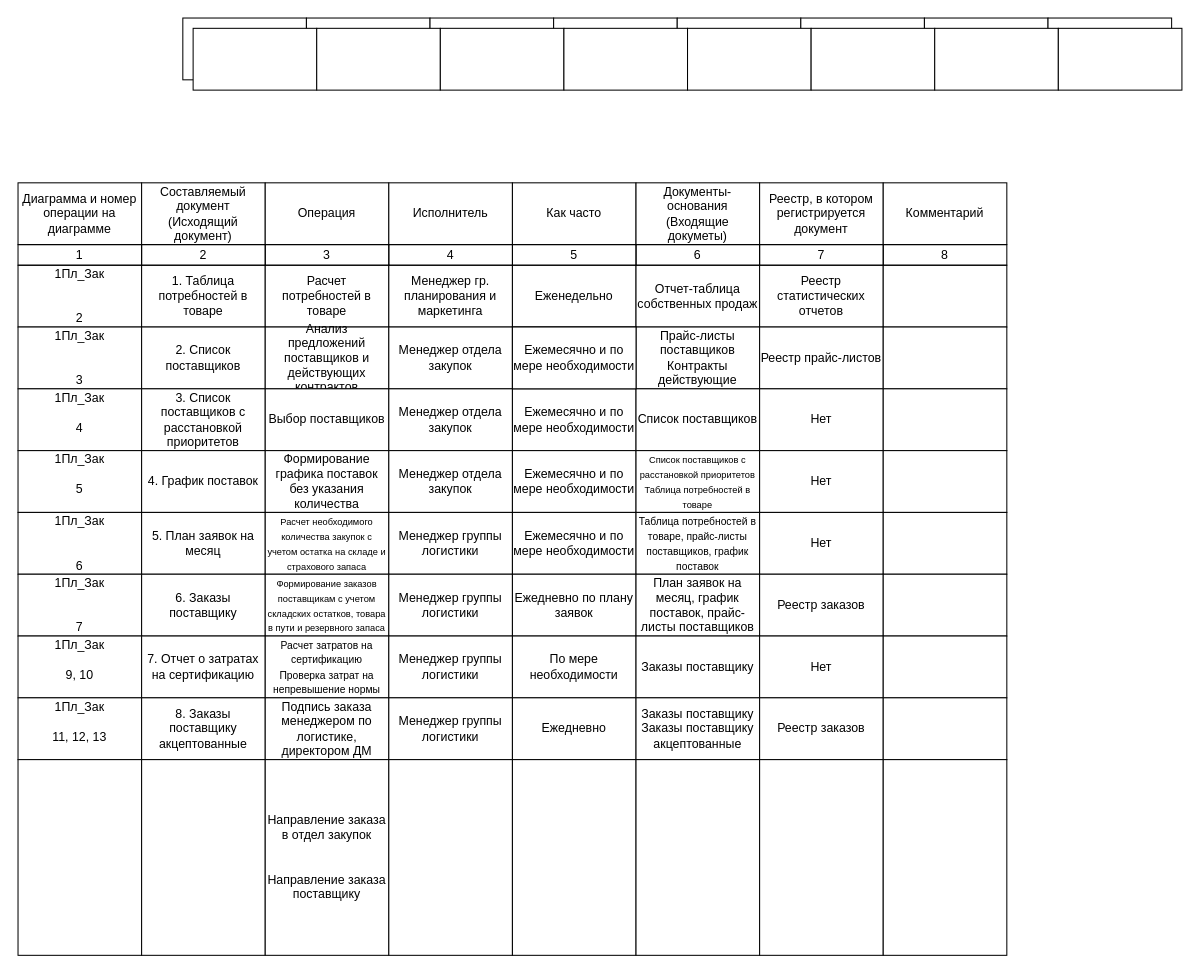
Earlier version of the draw.io diagram page "Страница — 5" (6 of 15) of НЕ ПЕРЕНОСИ В КОРЗИНУ ИЛИ КУДА ЕЩЁ.drawio (Pala4Roka/go-tour). Source tidied: cells renumbered, new cells numbered last; positions are measured from the earlier drawing's top-left corner, leaving out a move shared by most shapes. Both pictures are drawn from the tidied source at 103%, with x=0, y=0 at pixel (18, 18).
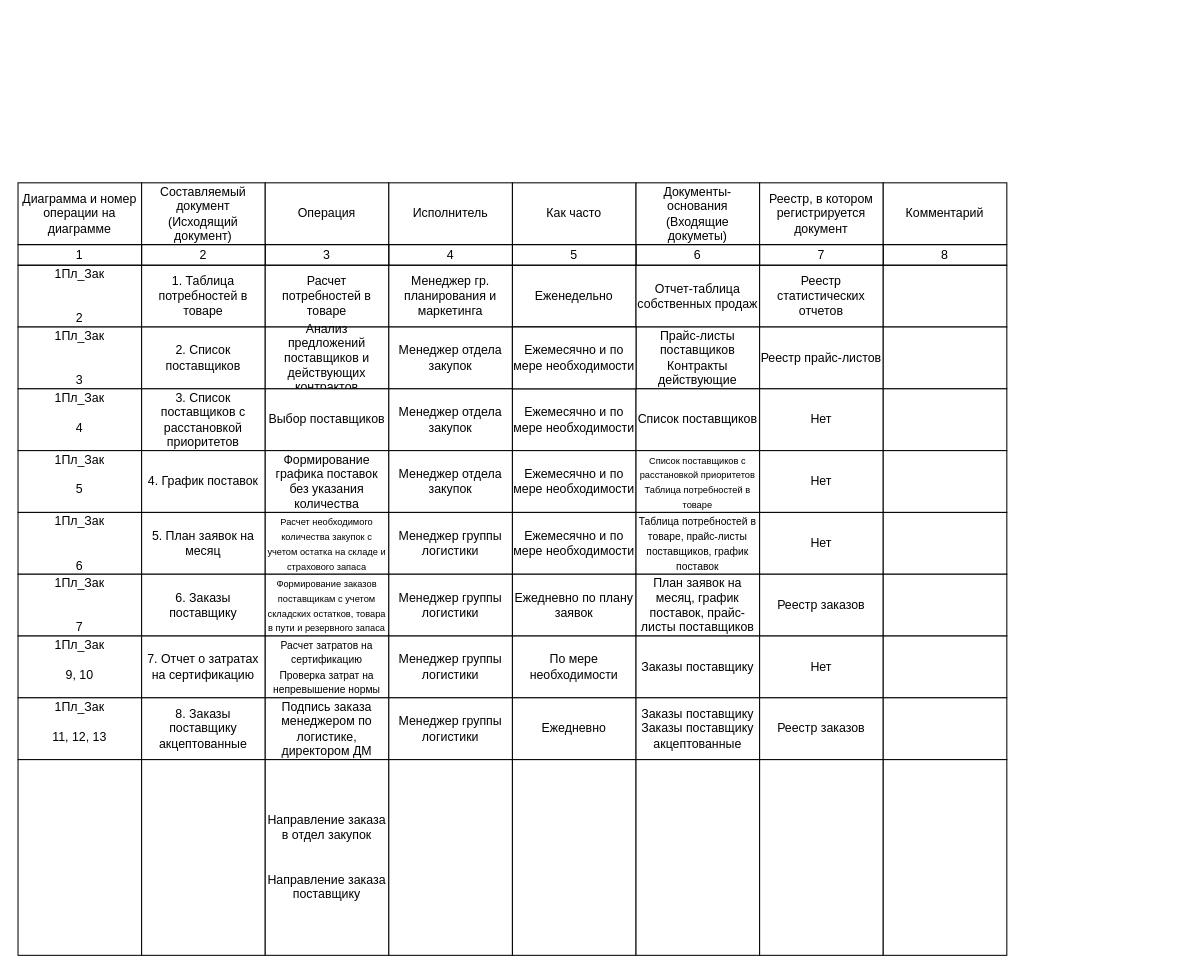
The same diagram, later.

Change to the diagram source:
```diff
@@
-    <mxCell id="18" style="rounded=0;whiteSpace=wrap;html=1;" parent="1" vertex="1">
-      <mxGeometry x="160" width="120" height="60" as="geometry" />
-    </mxCell>
-    <mxCell id="19" style="rounded=0;whiteSpace=wrap;html=1;" parent="1" vertex="1">
-      <mxGeometry x="280" width="120" height="60" as="geometry" />
-    </mxCell>
-    <mxCell id="20" style="rounded=0;whiteSpace=wrap;html=1;" parent="1" vertex="1">
-      <mxGeometry x="400" width="120" height="60" as="geometry" />
-    </mxCell>
-    <mxCell id="21" style="rounded=0;whiteSpace=wrap;html=1;" parent="1" vertex="1">
-      <mxGeometry x="520" width="120" height="60" as="geometry" />
-    </mxCell>
-    <mxCell id="22" style="rounded=0;whiteSpace=wrap;html=1;" parent="1" vertex="1">
-      <mxGeometry x="640" width="120" height="60" as="geometry" />
-    </mxCell>
-    <mxCell id="23" style="rounded=0;whiteSpace=wrap;html=1;" parent="1" vertex="1">
-      <mxGeometry x="760" width="120" height="60" as="geometry" />
-    </mxCell>
-    <mxCell id="24" style="rounded=0;whiteSpace=wrap;html=1;" parent="1" vertex="1">
-      <mxGeometry x="880" width="120" height="60" as="geometry" />
-    </mxCell>
-    <mxCell id="25" style="rounded=0;whiteSpace=wrap;html=1;" parent="1" vertex="1">
-      <mxGeometry x="1000" width="120" height="60" as="geometry" />
-    </mxCell>
@@
-    <mxCell id="34" style="rounded=0;whiteSpace=wrap;html=1;" parent="1" vertex="1">
-      <mxGeometry x="170" y="10" width="120" height="60" as="geometry" />
-    </mxCell>
-    <mxCell id="35" style="rounded=0;whiteSpace=wrap;html=1;" parent="1" vertex="1">
-      <mxGeometry x="290" y="10" width="120" height="60" as="geometry" />
-    </mxCell>
-    <mxCell id="36" style="rounded=0;whiteSpace=wrap;html=1;" parent="1" vertex="1">
-      <mxGeometry x="410" y="10" width="120" height="60" as="geometry" />
-    </mxCell>
-    <mxCell id="37" style="rounded=0;whiteSpace=wrap;html=1;" parent="1" vertex="1">
-      <mxGeometry x="530" y="10" width="120" height="60" as="geometry" />
-    </mxCell>
-    <mxCell id="38" style="rounded=0;whiteSpace=wrap;html=1;" parent="1" vertex="1">
-      <mxGeometry x="650" y="10" width="120" height="60" as="geometry" />
-    </mxCell>
-    <mxCell id="39" style="rounded=0;whiteSpace=wrap;html=1;" parent="1" vertex="1">
-      <mxGeometry x="770" y="10" width="120" height="60" as="geometry" />
-    </mxCell>
-    <mxCell id="40" style="rounded=0;whiteSpace=wrap;html=1;" parent="1" vertex="1">
-      <mxGeometry x="890" y="10" width="120" height="60" as="geometry" />
-    </mxCell>
-    <mxCell id="41" style="rounded=0;whiteSpace=wrap;html=1;" parent="1" vertex="1">
-      <mxGeometry x="1010" y="10" width="120" height="60" as="geometry" />
-    </mxCell>
```
